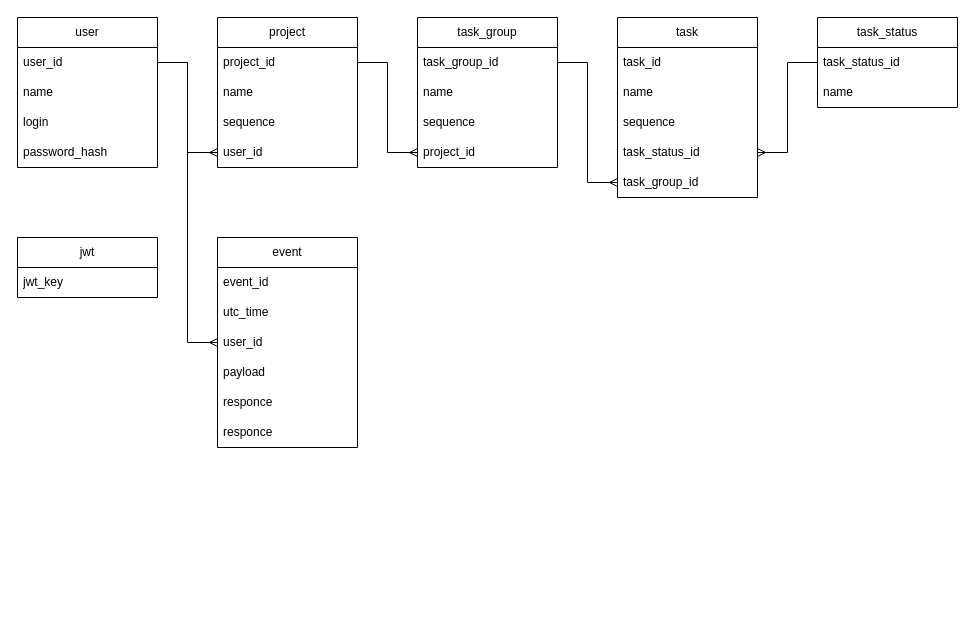
This is doc/todopp_er_diagramm.drawio from ilya-pishchalnikov/todo_plus_plus, a draw.io file, before an edit. Source tidied: cells renumbered, new cells numbered last; positions are measured from the earlier drawing's top-left corner, leaving out a move shared by most shapes. Both pictures are drawn from the tidied source at 100%, with x=0, y=0 at pixel (17, 17).
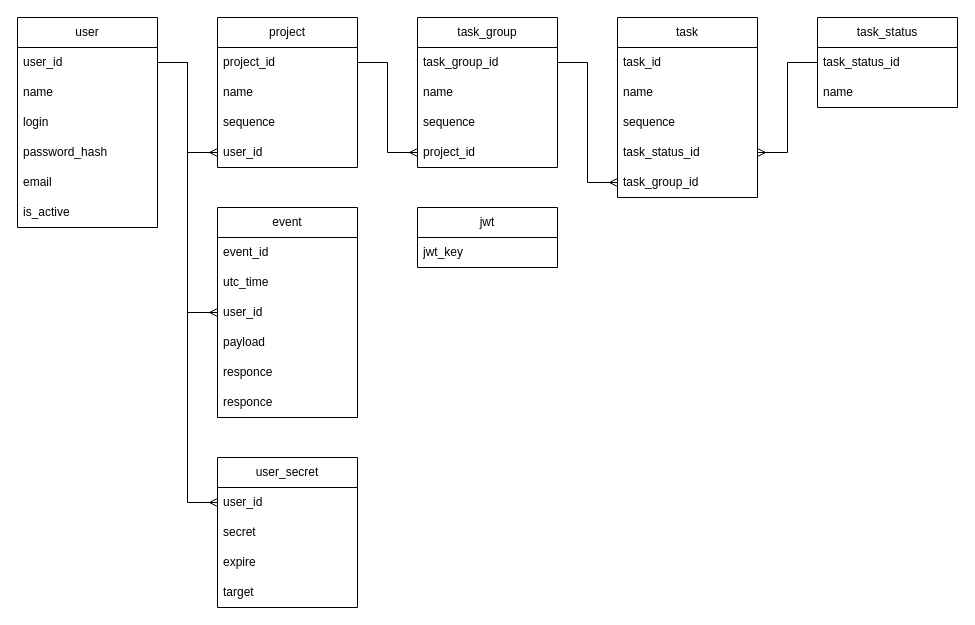
After the change.

The change refers to these unchanged cells:
```xml
<mxCell id="21" value="user_id" style="text;strokeColor=none;fillColor=none;align=left;verticalAlign=middle;spacingLeft=4;spacingRight=4;overflow=hidden;points=[[0,0.5],[1,0.5]];portConstraint=eastwest;whiteSpace=wrap;html=1;" parent="20" vertex="1">
  <mxGeometry y="30" width="140" height="30" as="geometry" />
</mxCell>
```

What changed in the source:
```diff
@@
     <mxCell id="20" value="user" style="swimlane;fontStyle=0;horizontal=1;startSize=30;whiteSpace=wrap;html=1;" parent="1" vertex="1">
-      <mxGeometry width="140" height="150" as="geometry" />
+      <mxGeometry width="140" height="210" as="geometry" />
     </mxCell>
@@
+    <mxCell id="40" value="email" style="text;strokeColor=none;fillColor=none;align=left;verticalAlign=middle;spacingLeft=4;spacingRight=4;overflow=hidden;whiteSpace=wrap;html=1;" parent="20" vertex="1">
+      <mxGeometry y="150" width="140" height="30" as="geometry" />
+    </mxCell>
+    <mxCell id="41" value="is_active" style="text;strokeColor=none;fillColor=none;align=left;verticalAlign=middle;spacingLeft=4;spacingRight=4;overflow=hidden;whiteSpace=wrap;html=1;" parent="20" vertex="1">
+      <mxGeometry y="180" width="140" height="30" as="geometry" />
+    </mxCell>
@@
     <mxCell id="30" value="jwt" style="swimlane;fontStyle=0;horizontal=1;startSize=30;whiteSpace=wrap;html=1;" parent="1" vertex="1">
-      <mxGeometry y="220" width="140" height="60" as="geometry" />
+      <mxGeometry x="400" y="190" width="140" height="60" as="geometry" />
     </mxCell>
@@
     <mxCell id="32" value="event" style="swimlane;fontStyle=0;horizontal=1;startSize=30;whiteSpace=wrap;html=1;" parent="1" vertex="1">
-      <mxGeometry x="200" y="220" width="140" height="210" as="geometry" />
+      <mxGeometry x="200" y="190" width="140" height="210" as="geometry" />
     </mxCell>
@@
+    <mxCell id="42" value="user_secret" style="swimlane;fontStyle=0;horizontal=1;startSize=30;whiteSpace=wrap;html=1;" parent="1" vertex="1">
+      <mxGeometry x="200" y="440" width="140" height="150" as="geometry" />
+    </mxCell>
+    <mxCell id="43" value="user_id" style="text;strokeColor=none;fillColor=none;align=left;verticalAlign=middle;spacingLeft=4;spacingRight=4;overflow=hidden;points=[[0,0.5],[1,0.5]];portConstraint=eastwest;whiteSpace=wrap;html=1;" parent="42" vertex="1">
+      <mxGeometry y="30" width="140" height="30" as="geometry" />
+    </mxCell>
+    <mxCell id="44" value="secret" style="text;strokeColor=none;fillColor=none;align=left;verticalAlign=middle;spacingLeft=4;spacingRight=4;overflow=hidden;whiteSpace=wrap;html=1;" parent="42" vertex="1">
+      <mxGeometry y="60" width="140" height="30" as="geometry" />
+    </mxCell>
+    <mxCell id="45" value="&lt;div&gt;&lt;span style=&quot;background-color: transparent; color: light-dark(rgb(0, 0, 0), rgb(255, 255, 255));&quot;&gt;expire&lt;/span&gt;&lt;/div&gt;" style="text;strokeColor=none;fillColor=none;align=left;verticalAlign=middle;spacingLeft=4;spacingRight=4;overflow=hidden;whiteSpace=wrap;html=1;" parent="42" vertex="1">
+      <mxGeometry y="90" width="140" height="30" as="geometry" />
+    </mxCell>
+    <mxCell id="46" value="target" style="text;strokeColor=none;fillColor=none;align=left;verticalAlign=middle;spacingLeft=4;spacingRight=4;overflow=hidden;whiteSpace=wrap;html=1;" parent="42" vertex="1">
+      <mxGeometry y="120" width="140" height="30" as="geometry" />
+    </mxCell>
+    <mxCell id="47" style="edgeStyle=orthogonalEdgeStyle;rounded=0;jettySize=auto;html=1;entryX=0;entryY=0.5;entryDx=0;entryDy=0;endArrow=ERmany;endFill=0;exitX=1;exitY=0.5;exitDx=0;exitDy=0;" parent="1" edge="1" source="21" target="43">
+      <mxGeometry relative="1" as="geometry" />
+    </mxCell>
```
